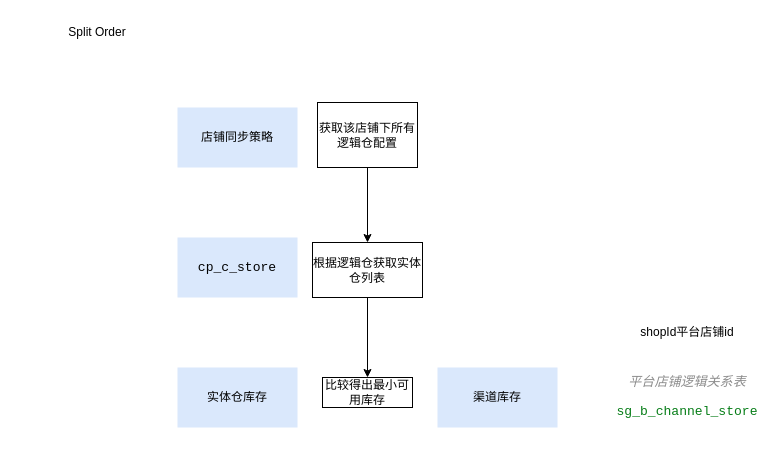
The draw.io diagram VF/VMID/order/split_order.drawio in yeahsyoung/diagram, before the edit. Source tidied: cells renumbered, new cells numbered last; positions are measured from the earlier drawing's top-left corner, leaving out a move shared by most shapes. Both pictures are drawn from the tidied source at 100%, with x=0, y=0 at pixel (67, 17).
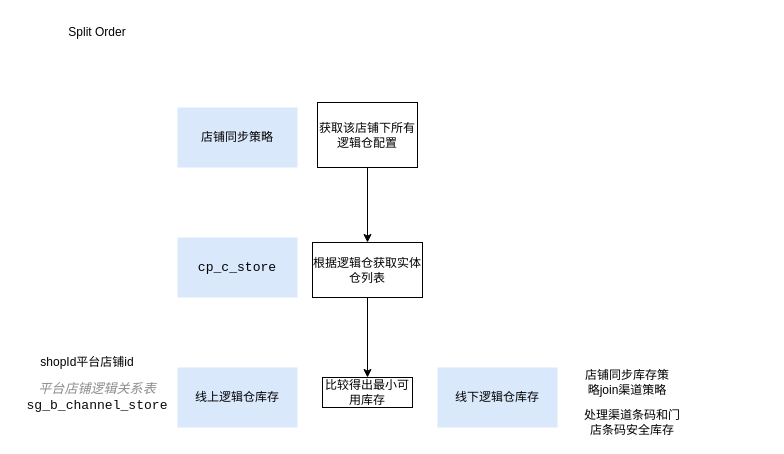
The same page after the edit.

Change to the diagram source:
```diff
@@
 <mxGraphModel>
   <root>
     <mxCell id="0" />
     <mxCell id="1" parent="0" />
     <mxCell id="2" value="Split Order" style="text;html=1;whiteSpace=wrap;strokeColor=none;fillColor=none;align=center;verticalAlign=middle;rounded=0;" parent="1" vertex="1">
       <mxGeometry width="60" height="30" as="geometry" />
     </mxCell>
     <mxCell id="3" value="店铺同步策略" style="rounded=0;whiteSpace=wrap;html=1;strokeColor=none;fillColor=#dae8fc;" parent="1" vertex="1">
       <mxGeometry x="110" y="90" width="120" height="60" as="geometry" />
     </mxCell>
     <mxCell id="4" style="edgeStyle=orthogonalEdgeStyle;rounded=0;jettySize=auto;html=1;exitX=0.5;exitY=1;exitDx=0;exitDy=0;entryX=0.5;entryY=0;entryDx=0;entryDy=0;" parent="1" edge="1" source="5" target="8">
       <mxGeometry relative="1" as="geometry" />
     </mxCell>
     <mxCell id="5" value="获取该店铺下所有逻辑仓配置" style="text;html=1;whiteSpace=wrap;strokeColor=default;fillColor=none;align=center;verticalAlign=middle;rounded=0;" parent="1" vertex="1">
       <mxGeometry x="250" y="85" width="100" height="65" as="geometry" />
     </mxCell>
     <mxCell id="6" value="&lt;div&gt;&lt;pre style=&quot;font-family: &amp;quot;JetBrains Mono&amp;quot;, monospace; font-size: 9.8pt;&quot;&gt;&lt;span&gt;&lt;font style=&quot;color: rgb(0, 0, 0);&quot;&gt;cp_c_store&lt;/font&gt;&lt;/span&gt;&lt;/pre&gt;&lt;/div&gt;" style="rounded=0;whiteSpace=wrap;html=1;strokeColor=none;fillColor=#dae8fc;" parent="1" vertex="1">
       <mxGeometry x="110" y="220" width="120" height="60" as="geometry" />
     </mxCell>
     <mxCell id="7" style="edgeStyle=orthogonalEdgeStyle;rounded=0;jettySize=auto;html=1;exitX=0.5;exitY=1;exitDx=0;exitDy=0;entryX=0.5;entryY=0;entryDx=0;entryDy=0;" parent="1" edge="1" source="8" target="9">
       <mxGeometry relative="1" as="geometry" />
     </mxCell>
     <mxCell id="8" value="根据逻辑仓获取实体仓列表" style="text;html=1;whiteSpace=wrap;strokeColor=default;fillColor=none;align=center;verticalAlign=middle;rounded=0;" parent="1" vertex="1">
       <mxGeometry x="245" y="225" width="110" height="55" as="geometry" />
     </mxCell>
     <mxCell id="9" value="比较得出最小可用库存" style="text;html=1;whiteSpace=wrap;strokeColor=default;fillColor=none;align=center;verticalAlign=middle;rounded=0;" parent="1" vertex="1">
       <mxGeometry x="255" y="360" width="90" height="30" as="geometry" />
     </mxCell>
-    <mxCell id="10" value="实体仓库存" style="rounded=0;whiteSpace=wrap;html=1;strokeColor=none;fillColor=#dae8fc;" parent="1" vertex="1">
+    <mxCell id="10" value="&lt;div&gt;&lt;span style=&quot;background-color: transparent; color: light-dark(rgb(0, 0, 0), rgb(255, 255, 255));&quot;&gt;线上逻辑仓库存&lt;/span&gt;&lt;/div&gt;" style="rounded=0;whiteSpace=wrap;html=1;strokeColor=none;fillColor=#dae8fc;" parent="1" vertex="1">
       <mxGeometry x="110" y="350" width="120" height="60" as="geometry" />
     </mxCell>
-    <mxCell id="11" value="渠道库存" style="rounded=0;whiteSpace=wrap;html=1;strokeColor=none;fillColor=#dae8fc;" parent="1" vertex="1">
+    <mxCell id="11" value="&lt;div&gt;线下逻辑仓库存&lt;/div&gt;" style="rounded=0;whiteSpace=wrap;html=1;strokeColor=none;fillColor=#dae8fc;" parent="1" vertex="1">
       <mxGeometry x="370" y="350" width="120" height="60" as="geometry" />
     </mxCell>
-    <mxCell id="12" value="&lt;div style=&quot;color: rgb(8, 8, 8);&quot;&gt;&lt;pre style=&quot;font-family: Menlo-Regular, monospace; font-size: 9.8pt;&quot;&gt;&lt;span style=&quot;color: light-dark(rgb(140, 140, 140), rgb(117, 117, 117)); font-style: italic; font-size: 9.8pt; white-space: normal;&quot;&gt;平台店铺逻辑关系表&lt;/span&gt;&lt;/pre&gt;&lt;pre style=&quot;font-family: Menlo-Regular, monospace; font-size: 9.8pt;&quot;&gt;&lt;div style=&quot;&quot;&gt;&lt;pre style=&quot;font-family:'JetBrains Mono',monospace;font-size:9.8pt;&quot;&gt;&lt;span style=&quot;color: rgb(6, 125, 23);&quot;&gt;sg_b_channel_store&lt;/span&gt;&lt;/pre&gt;&lt;/div&gt;&lt;/pre&gt;&lt;/div&gt;" style="text;html=1;whiteSpace=wrap;strokeColor=none;fillColor=none;align=center;verticalAlign=middle;rounded=0;" parent="1" vertex="1">
-      <mxGeometry x="540" y="355" width="160" height="50" as="geometry" />
+    <mxCell id="12" value="&lt;div style=&quot;color: rgb(8, 8, 8);&quot;&gt;&lt;pre style=&quot;font-family: Menlo-Regular, monospace; font-size: 9.8pt;&quot;&gt;&lt;span style=&quot;color: light-dark(rgb(140, 140, 140), rgb(117, 117, 117)); font-style: italic; font-size: 9.8pt; white-space: normal;&quot;&gt;平台店铺逻辑关系表&lt;/span&gt;sg_b_channel_store&lt;/pre&gt;&lt;/div&gt;" style="text;html=1;whiteSpace=wrap;strokeColor=none;fillColor=none;align=center;verticalAlign=middle;rounded=0;" parent="1" vertex="1">
+      <mxGeometry x="-50" y="355" width="160" height="50" as="geometry" />
     </mxCell>
     <mxCell id="13" value="shopId平台店铺id" style="text;html=1;whiteSpace=wrap;strokeColor=none;fillColor=none;align=center;verticalAlign=middle;rounded=0;" parent="1" vertex="1">
-      <mxGeometry x="570" y="300" width="100" height="30" as="geometry" />
+      <mxGeometry x="-30" y="330" width="100" height="30" as="geometry" />
     </mxCell>
+    <mxCell id="14" value="店铺同步库存策略join渠道策略" style="text;html=1;whiteSpace=wrap;strokeColor=none;fillColor=none;align=center;verticalAlign=middle;rounded=0;" parent="1" vertex="1">
+      <mxGeometry x="515" y="350" width="90" height="30" as="geometry" />
+    </mxCell>
+    <mxCell id="15" value="处理渠道条码和门店条码安全库存" style="text;html=1;whiteSpace=wrap;strokeColor=none;fillColor=none;align=center;verticalAlign=middle;rounded=0;" parent="1" vertex="1">
+      <mxGeometry x="515" y="390" width="100" height="30" as="geometry" />
+    </mxCell>
   </root>
 </mxGraphModel>
```
